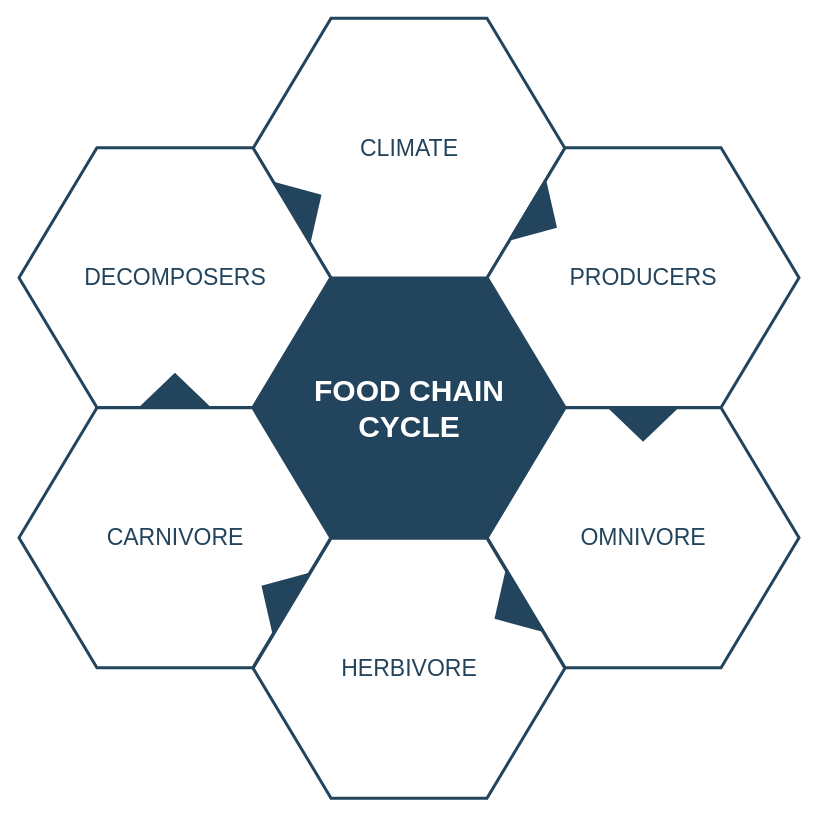
Before: diagrams/sprint_cycle.drawio in 3cho11/PyroBlocker, a draw.io diagram. Source tidied: cells renumbered, new cells numbered last; positions are measured from the earlier drawing's top-left corner, leaving out a move shared by most shapes. Both pictures are drawn from the tidied source at 100%, with x=0, y=0 at pixel (18, 18).
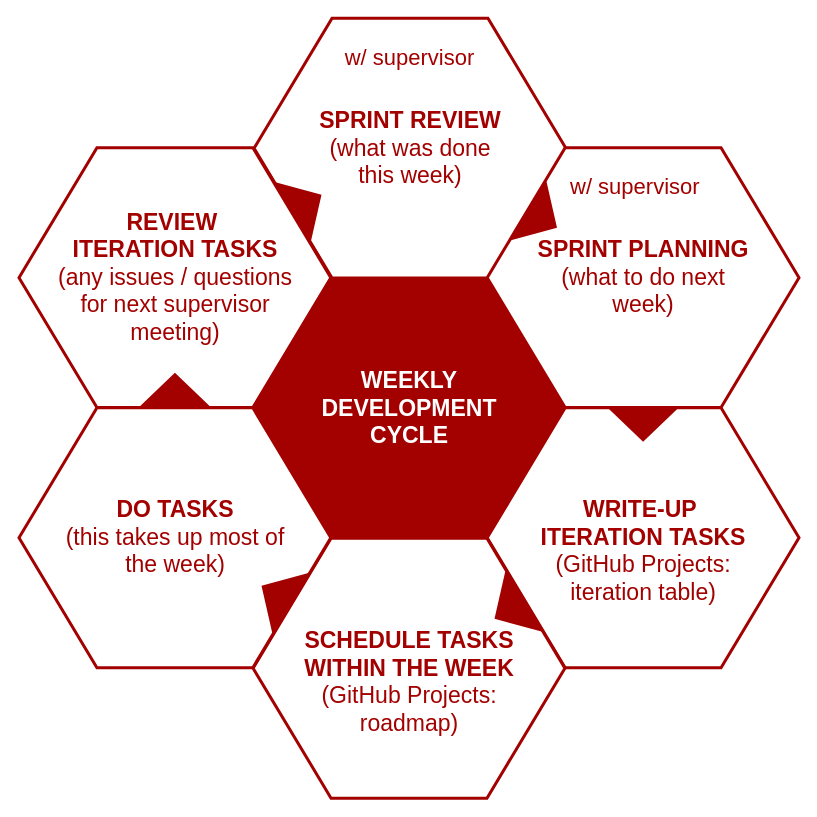
The same page after the edit.

The edit, as a diff of the source:
```diff
@@
 <mxGraphModel>
   <root>
     <mxCell id="0" />
     <mxCell id="1" parent="0" />
-    <mxCell id="2" value="&lt;font style=&quot;font-size: 30px&quot; color=&quot;#ffffff&quot;&gt;&lt;b&gt;&lt;span&gt;FOOD CHAIN&lt;/span&gt;&lt;br&gt;&lt;span&gt;CYCLE&lt;/span&gt;&lt;/b&gt;&lt;/font&gt;&lt;br&gt;" style="shape=hexagon;perimeter=hexagonPerimeter2;whiteSpace=wrap;html=1;shadow=0;labelBackgroundColor=none;strokeColor=#23445D;fillColor=#23445D;gradientColor=none;fontFamily=Helvetica;fontSize=23;fontColor=#23445d;align=center;strokeWidth=3;" parent="1" vertex="1">
+    <mxCell id="2" value="&lt;div&gt;&lt;font color=&quot;#ffffff&quot;&gt;&lt;b&gt;WEEKLY&lt;/b&gt;&lt;/font&gt;&lt;/div&gt;&lt;div&gt;&lt;font color=&quot;#ffffff&quot;&gt;&lt;b&gt;DEVELOPMENT&lt;/b&gt;&lt;/font&gt;&lt;/div&gt;&lt;div&gt;&lt;font color=&quot;#ffffff&quot;&gt;&lt;b&gt;CYCLE&lt;/b&gt;&lt;/font&gt;&lt;/div&gt;" style="shape=hexagon;perimeter=hexagonPerimeter2;whiteSpace=wrap;html=1;shadow=0;labelBackgroundColor=none;strokeColor=#A30000;fillColor=#A30000;gradientColor=none;fontFamily=Helvetica;fontSize=23;fontColor=#23445d;align=center;strokeWidth=3;" parent="1" vertex="1">
       <mxGeometry x="234.6" y="259.8" width="311.8" height="259.9" as="geometry" />
     </mxCell>
     <mxCell id="3" style="triangle;whiteSpace=wrap;html=1;shadow=0;labelBackgroundColor=none;strokeColor=none;fillColor=#FFFFFF;fontFamily=Helvetica;fontSize=17;fontColor=#23445d;align=center;rotation=90;gradientColor=none;flipV=1;flipH=1;opacity=20;" parent="1" vertex="1">
       <mxGeometry x="115.5" y="277.7" width="72" height="152" as="geometry" />
     </mxCell>
-    <mxCell id="4" value="&lt;font style=&quot;font-size: 23px&quot;&gt;CLIMATE&lt;/font&gt;" style="shape=hexagon;perimeter=hexagonPerimeter2;whiteSpace=wrap;html=1;shadow=0;labelBackgroundColor=none;strokeColor=#23445D;fillColor=#ffffff;gradientColor=none;fontFamily=Helvetica;fontSize=23;fontColor=#23445D;align=center;strokeWidth=3;" parent="1" vertex="1">
-      <mxGeometry x="234.6" y="-0.3" width="311.8" height="259.9" as="geometry" />
+    <mxCell id="4" value="&lt;div&gt;&lt;b style=&quot;color: rgb(163, 0, 0);&quot;&gt;SPRINT REVIEW&lt;/b&gt;&lt;span style=&quot;color: rgb(163, 0, 0);&quot;&gt;&lt;/span&gt;&lt;/div&gt;&lt;div&gt;&lt;span style=&quot;color: rgb(163, 0, 0);&quot;&gt;(what was done&lt;/span&gt;&lt;/div&gt;&lt;div&gt;&lt;span style=&quot;color: rgb(163, 0, 0);&quot;&gt;this week)&lt;/span&gt;&lt;/div&gt;" style="shape=hexagon;perimeter=hexagonPerimeter2;whiteSpace=wrap;html=1;shadow=0;labelBackgroundColor=none;strokeColor=#A30000;fillColor=#ffffff;gradientColor=none;fontFamily=Helvetica;fontSize=23;fontColor=#23445D;align=center;strokeWidth=3;" parent="1" vertex="1">
+      <mxGeometry x="235.6" y="-0.3" width="311.8" height="259.9" as="geometry" />
     </mxCell>
-    <mxCell id="5" value="&lt;font style=&quot;font-size: 23px&quot;&gt;PRODUCERS&lt;/font&gt;" style="shape=hexagon;perimeter=hexagonPerimeter2;whiteSpace=wrap;html=1;shadow=0;labelBackgroundColor=none;strokeColor=#23445D;fillColor=#FFFFFF;gradientColor=none;fontFamily=Helvetica;fontSize=23;fontColor=#23445d;align=center;strokeWidth=3;" parent="1" vertex="1">
+    <mxCell id="5" value="&lt;div&gt;&lt;b style=&quot;color: rgb(163, 0, 0);&quot;&gt;SPRINT PLANNING&lt;/b&gt;&lt;/div&gt;&lt;div&gt;&lt;span style=&quot;color: rgb(163, 0, 0);&quot;&gt;(what to do next&lt;/span&gt;&lt;/div&gt;&lt;div&gt;&lt;span style=&quot;color: rgb(163, 0, 0);&quot;&gt;week)&lt;/span&gt;&lt;/div&gt;" style="shape=hexagon;perimeter=hexagonPerimeter2;whiteSpace=wrap;html=1;shadow=0;labelBackgroundColor=none;strokeColor=#A30000;fillColor=#FFFFFF;gradientColor=none;fontFamily=Helvetica;fontSize=23;fontColor=#23445d;align=center;strokeWidth=3;" parent="1" vertex="1">
       <mxGeometry x="468.7" y="129.2" width="311.8" height="259.9" as="geometry" />
     </mxCell>
-    <mxCell id="6" value="&lt;font style=&quot;font-size: 23px&quot;&gt;OMNIVORE&lt;/font&gt;" style="shape=hexagon;perimeter=hexagonPerimeter2;whiteSpace=wrap;html=1;shadow=0;labelBackgroundColor=none;strokeColor=#23445D;fillColor=#FFFFFF;gradientColor=none;fontFamily=Helvetica;fontSize=23;fontColor=#23445d;align=center;strokeWidth=3;" parent="1" vertex="1">
+    <mxCell id="6" value="&lt;div&gt;&lt;span style=&quot;color: rgb(163, 0, 0);&quot;&gt;&lt;b&gt;&lt;br&gt;&lt;/b&gt;&lt;/span&gt;&lt;/div&gt;&lt;div&gt;&lt;b style=&quot;color: rgb(163, 0, 0);&quot;&gt;WRITE-UP&amp;nbsp;&lt;/b&gt;&lt;/div&gt;&lt;div&gt;&lt;b style=&quot;color: rgb(163, 0, 0);&quot;&gt;ITERATION &lt;/b&gt;&lt;b style=&quot;color: rgb(163, 0, 0);&quot;&gt;TASKS&lt;/b&gt;&lt;/div&gt;&lt;div&gt;&lt;span style=&quot;color: rgb(163, 0, 0);&quot;&gt;(GitHub Projects:&lt;/span&gt;&lt;/div&gt;&lt;div&gt;&lt;span style=&quot;color: rgb(163, 0, 0);&quot;&gt;iteration table)&lt;/span&gt;&lt;/div&gt;" style="shape=hexagon;perimeter=hexagonPerimeter2;whiteSpace=wrap;html=1;shadow=0;labelBackgroundColor=none;strokeColor=#A30000;fillColor=#FFFFFF;gradientColor=none;fontFamily=Helvetica;fontSize=23;fontColor=#23445d;align=center;strokeWidth=3;" parent="1" vertex="1">
       <mxGeometry x="468.7" y="389.3" width="311.8" height="259.9" as="geometry" />
     </mxCell>
-    <mxCell id="7" value="&lt;font style=&quot;font-size: 23px&quot;&gt;HERBIVORE&lt;/font&gt;" style="shape=hexagon;perimeter=hexagonPerimeter2;whiteSpace=wrap;html=1;shadow=0;labelBackgroundColor=none;strokeColor=#23445D;fillColor=#FFFFFF;gradientColor=none;fontFamily=Helvetica;fontSize=23;fontColor=#23445d;align=center;strokeWidth=3;" parent="1" vertex="1">
+    <mxCell id="7" value="&lt;div&gt;&lt;b&gt;&lt;br&gt;&lt;/b&gt;&lt;/div&gt;&lt;div&gt;&lt;b style=&quot;color: rgb(163, 0, 0);&quot;&gt;SCHEDULE TASKS&lt;/b&gt;&lt;/div&gt;&lt;div&gt;&lt;b style=&quot;color: rgb(163, 0, 0);&quot;&gt;WITHIN THE WEEK&lt;/b&gt;&lt;/div&gt;&lt;div&gt;&lt;span style=&quot;color: rgb(163, 0, 0);&quot;&gt;(GitHub Projects:&lt;/span&gt;&lt;/div&gt;&lt;div&gt;&lt;span style=&quot;color: rgb(163, 0, 0);&quot;&gt;roadmap)&lt;/span&gt;&lt;/div&gt;" style="shape=hexagon;perimeter=hexagonPerimeter2;whiteSpace=wrap;html=1;shadow=0;labelBackgroundColor=none;strokeColor=#A30000;fillColor=#FFFFFF;gradientColor=none;fontFamily=Helvetica;fontSize=23;fontColor=#23445d;align=center;strokeWidth=3;" parent="1" vertex="1">
       <mxGeometry x="234.6" y="519.8" width="311.8" height="259.9" as="geometry" />
     </mxCell>
-    <mxCell id="8" value="&lt;font style=&quot;font-size: 23px&quot;&gt;CARNIVORE&lt;/font&gt;" style="shape=hexagon;perimeter=hexagonPerimeter2;whiteSpace=wrap;html=1;shadow=0;labelBackgroundColor=none;strokeColor=#23445D;fillColor=#FFFFFF;gradientColor=none;fontFamily=Helvetica;fontSize=23;fontColor=#23445d;align=center;strokeWidth=3;" parent="1" vertex="1">
+    <mxCell id="8" value="&lt;div&gt;&lt;b style=&quot;color: rgb(163, 0, 0);&quot;&gt;DO TASKS&lt;/b&gt;&lt;/div&gt;&lt;div&gt;&lt;span style=&quot;color: rgb(163, 0, 0);&quot;&gt;(this takes up most of&lt;/span&gt;&lt;/div&gt;&lt;div&gt;&lt;span style=&quot;color: rgb(163, 0, 0);&quot;&gt;the week)&lt;/span&gt;&lt;/div&gt;" style="shape=hexagon;perimeter=hexagonPerimeter2;whiteSpace=wrap;html=1;shadow=0;labelBackgroundColor=none;strokeColor=#A30000;fillColor=#FFFFFF;gradientColor=none;fontFamily=Helvetica;fontSize=23;fontColor=#23445d;align=center;strokeWidth=3;" parent="1" vertex="1">
       <mxGeometry x="0.5" y="389.3" width="311.8" height="259.9" as="geometry" />
     </mxCell>
-    <mxCell id="9" value="&lt;font style=&quot;font-size: 23px;&quot;&gt;DECOMPOSERS&lt;/font&gt;" style="shape=hexagon;perimeter=hexagonPerimeter2;whiteSpace=wrap;html=1;shadow=0;labelBackgroundColor=none;strokeColor=#23445D;fillColor=#ffffff;gradientColor=none;fontFamily=Helvetica;fontSize=23;fontColor=#23445D;align=center;strokeWidth=3;" parent="1" vertex="1">
+    <mxCell id="9" value="&lt;div&gt;&lt;b&gt;&lt;span style=&quot;color: rgb(163, 0, 0);&quot;&gt;REVIEW&lt;/span&gt;&amp;nbsp;&lt;/b&gt;&lt;/div&gt;&lt;div&gt;&lt;b style=&quot;color: rgb(163, 0, 0);&quot;&gt;ITERATION TASKS&lt;/b&gt;&lt;/div&gt;&lt;div&gt;&lt;span style=&quot;color: rgb(163, 0, 0);&quot;&gt;(any issues / questions&lt;/span&gt;&lt;/div&gt;&lt;div&gt;&lt;span style=&quot;color: rgb(163, 0, 0);&quot;&gt;for next supervisor&lt;/span&gt;&lt;/div&gt;&lt;div&gt;&lt;span style=&quot;color: rgb(163, 0, 0);&quot;&gt;meeting)&lt;/span&gt;&lt;/div&gt;" style="shape=hexagon;perimeter=hexagonPerimeter2;whiteSpace=wrap;html=1;shadow=0;labelBackgroundColor=none;strokeColor=#A30000;fillColor=#ffffff;gradientColor=none;fontFamily=Helvetica;fontSize=23;fontColor=#23445D;align=center;strokeWidth=3;" parent="1" vertex="1">
       <mxGeometry x="0.5" y="129.2" width="311.8" height="259.9" as="geometry" />
     </mxCell>
-    <mxCell id="10" style="triangle;whiteSpace=wrap;html=1;shadow=0;labelBackgroundColor=none;strokeColor=none;fillColor=#23445D;fontFamily=Helvetica;fontSize=17;fontColor=#23445d;align=center;rotation=31;gradientColor=none;strokeWidth=3;" parent="1" vertex="1">
+    <mxCell id="10" style="triangle;whiteSpace=wrap;html=1;shadow=0;labelBackgroundColor=none;strokeColor=none;fillColor=#A30000;fontFamily=Helvetica;fontSize=17;fontColor=#23445d;align=center;rotation=31;gradientColor=none;strokeWidth=3;" parent="1" vertex="1">
       <mxGeometry x="506" y="163.7" width="35" height="73" as="geometry" />
     </mxCell>
-    <mxCell id="11" style="triangle;whiteSpace=wrap;html=1;shadow=0;labelBackgroundColor=none;strokeColor=none;fillColor=#23445D;fontFamily=Helvetica;fontSize=17;fontColor=#23445d;align=center;rotation=31;gradientColor=none;flipH=1;strokeWidth=3;" parent="1" vertex="1">
+    <mxCell id="11" style="triangle;whiteSpace=wrap;html=1;shadow=0;labelBackgroundColor=none;strokeColor=none;fillColor=#A30000;fontFamily=Helvetica;fontSize=17;fontColor=#23445d;align=center;rotation=31;gradientColor=none;flipH=1;strokeWidth=3;" parent="1" vertex="1">
       <mxGeometry x="240.5" y="539.7" width="35" height="73" as="geometry" />
     </mxCell>
-    <mxCell id="12" style="triangle;whiteSpace=wrap;html=1;shadow=0;labelBackgroundColor=none;strokeColor=none;fillColor=#23445D;fontFamily=Helvetica;fontSize=17;fontColor=#23445d;align=center;rotation=329;gradientColor=none;strokeWidth=3;" parent="1" vertex="1">
+    <mxCell id="12" style="triangle;whiteSpace=wrap;html=1;shadow=0;labelBackgroundColor=none;strokeColor=none;fillColor=#A30000;fontFamily=Helvetica;fontSize=17;fontColor=#23445d;align=center;rotation=329;gradientColor=none;strokeWidth=3;" parent="1" vertex="1">
       <mxGeometry x="270.5" y="148.7" width="35" height="73" as="geometry" />
     </mxCell>
-    <mxCell id="13" style="triangle;whiteSpace=wrap;html=1;shadow=0;labelBackgroundColor=none;strokeColor=none;fillColor=#23445D;fontFamily=Helvetica;fontSize=17;fontColor=#23445d;align=center;rotation=329;gradientColor=none;flipH=1;strokeWidth=3;" parent="1" vertex="1">
+    <mxCell id="13" style="triangle;whiteSpace=wrap;html=1;shadow=0;labelBackgroundColor=none;strokeColor=none;fillColor=#A30000;fontFamily=Helvetica;fontSize=17;fontColor=#23445d;align=center;rotation=329;gradientColor=none;flipH=1;strokeWidth=3;" parent="1" vertex="1">
       <mxGeometry x="473.5" y="554.7" width="35" height="73" as="geometry" />
     </mxCell>
-    <mxCell id="14" style="triangle;whiteSpace=wrap;html=1;shadow=0;labelBackgroundColor=none;strokeColor=none;fillColor=#23445D;fontFamily=Helvetica;fontSize=17;fontColor=#23445d;align=center;rotation=90;gradientColor=none;strokeWidth=3;" parent="1" vertex="1">
+    <mxCell id="14" style="triangle;whiteSpace=wrap;html=1;shadow=0;labelBackgroundColor=none;strokeColor=none;fillColor=#A30000;fontFamily=Helvetica;fontSize=17;fontColor=#23445d;align=center;rotation=90;gradientColor=none;strokeWidth=3;" parent="1" vertex="1">
       <mxGeometry x="607.1" y="369.2" width="35" height="73" as="geometry" />
     </mxCell>
-    <mxCell id="15" style="triangle;whiteSpace=wrap;html=1;shadow=0;labelBackgroundColor=none;strokeColor=none;fillColor=#23445D;fontFamily=Helvetica;fontSize=17;fontColor=#23445d;align=center;rotation=90;gradientColor=none;flipH=1;strokeWidth=3;" parent="1" vertex="1">
+    <mxCell id="15" style="triangle;whiteSpace=wrap;html=1;shadow=0;labelBackgroundColor=none;strokeColor=none;fillColor=#A30000;fontFamily=Helvetica;fontSize=17;fontColor=#23445d;align=center;rotation=90;gradientColor=none;flipH=1;strokeWidth=3;" parent="1" vertex="1">
       <mxGeometry x="138.9" y="335.2" width="35" height="73" as="geometry" />
     </mxCell>
+    <mxCell id="16" value="&lt;font style=&quot;font-size: 22px; color: rgb(163, 0, 0);&quot;&gt;w/ supervisor&lt;/font&gt;" style="text;html=1;align=center;verticalAlign=middle;whiteSpace=wrap;rounded=0;" parent="1" vertex="1">
+      <mxGeometry x="313.7" y="25" width="155" height="30" as="geometry" />
+    </mxCell>
+    <mxCell id="17" value="&lt;font style=&quot;font-size: 22px; color: rgb(163, 0, 0);&quot;&gt;w/ supervisor&lt;/font&gt;" style="text;whiteSpace=wrap;html=1;" parent="1" vertex="1">
+      <mxGeometry x="550.3" y="148.7" width="148.6" height="50" as="geometry" />
+    </mxCell>
   </root>
 </mxGraphModel>
```
